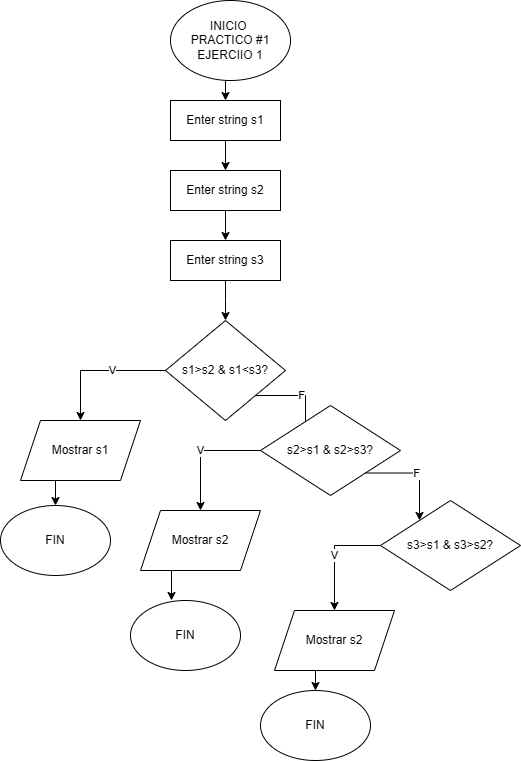
D4ri4na/DiagramasDeFlujo keeps this draw.io diagram as Pract1 Eje1.drawio.png. Above is the earlier version. Source tidied: cells renumbered, new cells last; positions are measured from the earlier drawing's top-left corner, leaving out a move shared by most shapes.
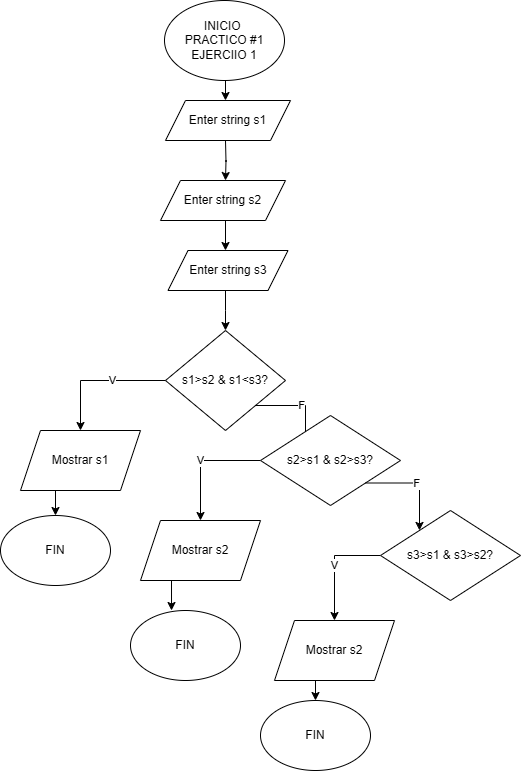
The same diagram one commit later.

Diff of the diagram source:
```diff
@@ -2,35 +2,35 @@
   <root>
     <mxCell id="0" />
     <mxCell id="1" parent="0" />
-    <mxCell id="2" style="edgeStyle=orthogonalEdgeStyle;rounded=0;jettySize=auto;html=1;exitX=0.5;exitY=1;exitDx=0;exitDy=0;entryX=0.5;entryY=0;entryDx=0;entryDy=0;" parent="1" edge="1" source="3" target="5">
-      <mxGeometry relative="1" as="geometry" />
+    <mxCell id="2" style="edgeStyle=orthogonalEdgeStyle;rounded=0;jettySize=auto;html=1;exitX=0.5;exitY=1;exitDx=0;exitDy=0;entryX=0.5;entryY=0;entryDx=0;entryDy=0;" parent="1" edge="1" source="3">
+      <mxGeometry relative="1" as="geometry">
+        <mxPoint x="225" y="90" as="targetPoint" />
+      </mxGeometry>
     </mxCell>
     <mxCell id="3" value="INICIO&amp;nbsp;&lt;div&gt;PRACTICO #1&lt;br&gt;&lt;div&gt;EJERCIIO 1&lt;/div&gt;&lt;/div&gt;" style="ellipse;whiteSpace=wrap;html=1;" parent="1" vertex="1">
-      <mxGeometry x="170" width="120" height="80" as="geometry" />
+      <mxGeometry x="164" y="-10" width="120" height="80" as="geometry" />
     </mxCell>
-    <mxCell id="4" style="edgeStyle=orthogonalEdgeStyle;rounded=0;jettySize=auto;html=1;exitX=0.5;exitY=1;exitDx=0;exitDy=0;entryX=0.5;entryY=0;entryDx=0;entryDy=0;" parent="1" edge="1" source="5" target="7">
-      <mxGeometry relative="1" as="geometry" />
+    <mxCell id="4" style="edgeStyle=orthogonalEdgeStyle;rounded=0;orthogonalLoop=1;jettySize=auto;html=1;exitX=0.5;exitY=1;exitDx=0;exitDy=0;entryX=0.5;entryY=0;entryDx=0;entryDy=0;" parent="1" edge="1">
+      <mxGeometry relative="1" as="geometry">
+        <mxPoint x="225" y="130" as="sourcePoint" />
+        <mxPoint x="225" y="170" as="targetPoint" />
+      </mxGeometry>
     </mxCell>
-    <mxCell id="5" value="Enter string s1" style="rounded=0;whiteSpace=wrap;html=1;" parent="1" vertex="1">
-      <mxGeometry x="170" y="100" width="110" height="40" as="geometry" />
-    </mxCell>
-    <mxCell id="6" style="edgeStyle=orthogonalEdgeStyle;rounded=0;jettySize=auto;html=1;exitX=0.5;exitY=1;exitDx=0;exitDy=0;entryX=0.5;entryY=0;entryDx=0;entryDy=0;" parent="1" edge="1" source="7" target="9">
-      <mxGeometry relative="1" as="geometry" />
+    <mxCell id="6" style="edgeStyle=orthogonalEdgeStyle;rounded=0;orthogonalLoop=1;jettySize=auto;html=1;exitX=0.5;exitY=1;exitDx=0;exitDy=0;entryX=0.5;entryY=0;entryDx=0;entryDy=0;" parent="1" edge="1">
+      <mxGeometry relative="1" as="geometry">
+        <mxPoint x="225" y="210" as="sourcePoint" />
+        <mxPoint x="225" y="240" as="targetPoint" />
+      </mxGeometry>
     </mxCell>
-    <mxCell id="7" value="Enter string s2&lt;span style=&quot;color: rgba(0, 0, 0, 0); font-family: monospace; font-size: 0px; text-align: start; text-wrap: nowrap;&quot;&gt;%3CmxGraphModel%3E%3Croot%3E%3CmxCell%20id%3D%220%22%2F%3E%3CmxCell%20id%3D%221%22%20parent%3D%220%22%2F%3E%3CmxCell%20id%3D%222%22%20value%3D%22Enter%20string%20s1%22%20style%3D%22rounded%3D0%3BwhiteSpace%3Dwrap%3Bhtml%3D1%3B%22%20vertex%3D%221%22%20parent%3D%221%22%3E%3CmxGeometry%20x%3D%22345%22%20y%3D%22120%22%20width%3D%22110%22%20height%3D%2240%22%20as%3D%22geometry%22%2F%3E%3C%2FmxCell%3E%3C%2Froot%3E%3C%2FmxGraphModel%3E&lt;/span&gt;" style="rounded=0;whiteSpace=wrap;html=1;" parent="1" vertex="1">
-      <mxGeometry x="170" y="170" width="110" height="40" as="geometry" />
-    </mxCell>
-    <mxCell id="8" style="edgeStyle=orthogonalEdgeStyle;rounded=0;jettySize=auto;html=1;exitX=0.5;exitY=1;exitDx=0;exitDy=0;entryX=0.5;entryY=0;entryDx=0;entryDy=0;" parent="1" edge="1" source="9" target="12">
+    <mxCell id="8" style="edgeStyle=orthogonalEdgeStyle;rounded=0;jettySize=auto;html=1;exitX=0.5;exitY=1;exitDx=0;exitDy=0;entryX=0.5;entryY=0;entryDx=0;entryDy=0;" parent="1" edge="1" target="12">
       <mxGeometry relative="1" as="geometry">
+        <mxPoint x="225" y="280" as="sourcePoint" />
         <Array as="points">
           <mxPoint x="225" y="300" />
           <mxPoint x="225" y="300" />
         </Array>
       </mxGeometry>
     </mxCell>
-    <mxCell id="9" value="Enter string s3" style="rounded=0;whiteSpace=wrap;html=1;" parent="1" vertex="1">
-      <mxGeometry x="170" y="240" width="110" height="40" as="geometry" />
-    </mxCell>
     <mxCell id="10" value="V" style="edgeStyle=orthogonalEdgeStyle;rounded=0;jettySize=auto;html=1;exitX=0;exitY=0.5;exitDx=0;exitDy=0;entryX=0.5;entryY=0;entryDx=0;entryDy=0;" parent="1" edge="1" source="12" target="14">
       <mxGeometry relative="1" as="geometry">
         <Array as="points">
@@ -95,5 +95,14 @@
     <mxCell id="26" style="edgeStyle=orthogonalEdgeStyle;rounded=0;jettySize=auto;html=1;exitX=0.25;exitY=1;exitDx=0;exitDy=0;entryX=0.373;entryY=0;entryDx=0;entryDy=0;entryPerimeter=0;" parent="1" edge="1" source="17" target="24">
       <mxGeometry relative="1" as="geometry" />
     </mxCell>
+    <mxCell id="5" value="Enter string s1" style="shape=parallelogram;perimeter=parallelogramPerimeter;whiteSpace=wrap;html=1;fixedSize=1;" parent="1" vertex="1">
+      <mxGeometry x="165" y="90" width="125" height="40" as="geometry" />
+    </mxCell>
+    <mxCell id="27" value="Enter string s2" style="shape=parallelogram;perimeter=parallelogramPerimeter;whiteSpace=wrap;html=1;fixedSize=1;" parent="1" vertex="1">
+      <mxGeometry x="160" y="170" width="125" height="40" as="geometry" />
+    </mxCell>
+    <mxCell id="9" value="Enter string s3" style="shape=parallelogram;perimeter=parallelogramPerimeter;whiteSpace=wrap;html=1;fixedSize=1;" parent="1" vertex="1">
+      <mxGeometry x="167.5" y="240" width="120" height="40" as="geometry" />
+    </mxCell>
   </root>
 </mxGraphModel>
```
